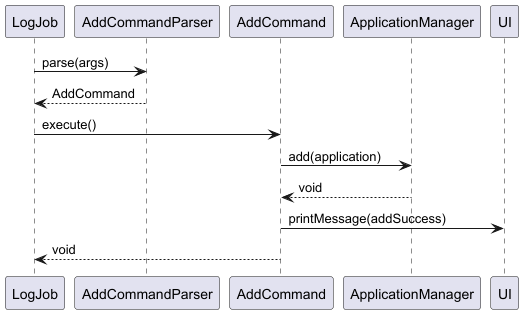
The PlantUML diagram docs/diagrams/sequence-diagrams/AddSequenceDiagram.png in irfandeen/tp, before a commit. Its diagram source:
```plantuml
@startuml

participant LogJob
participant AddCommandParser
participant AddCommand
participant ApplicationManager
participant UI

LogJob -> AddCommandParser: parse(args)
AddCommandParser --> LogJob: AddCommand
LogJob -> AddCommand: execute()
AddCommand -> ApplicationManager: add(application)
ApplicationManager --> AddCommand: void
AddCommand -> UI: printMessage(addSuccess)
AddCommand --> LogJob: void


@enduml
```
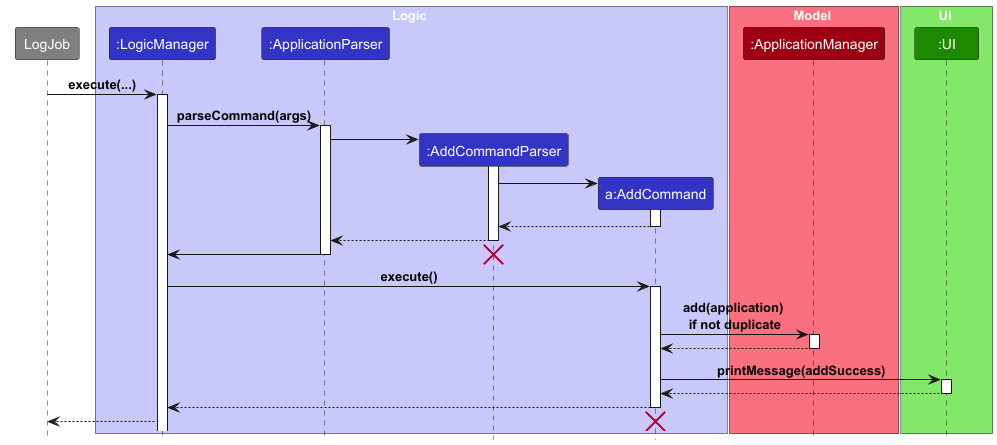
Later version of the same file.

Commit message:
update add sequence diagram

The edit, as a diff of the source:
```diff
@@ -1,18 +1,61 @@
 @startuml
 
-participant LogJob
-participant AddCommandParser
-participant AddCommand
-participant ApplicationManager
-participant UI
+!include ../../style.puml
 
-LogJob -> AddCommandParser: parse(args)
-AddCommandParser --> LogJob: AddCommand
-LogJob -> AddCommand: execute()
-AddCommand -> ApplicationManager: add(application)
-ApplicationManager --> AddCommand: void
-AddCommand -> UI: printMessage(addSuccess)
-AddCommand --> LogJob: void
+participant LogJob #grey
+
+box Logic LOGIC_COLOR_T1
+participant ":LogicManager" as LogicManager LOGIC_COLOR
+participant ":ApplicationParser" as ApplicationParser LOGIC_COLOR
+participant ":AddCommandParser" as AddCommandParser LOGIC_COLOR
+participant "a:AddCommand" as AddCommand LOGIC_COLOR
+end box
+
+box Model MODEL_COLOR_T1
+participant ":ApplicationManager" as ApplicationManager MODEL_COLOR
+end box
+
+box UI UI_COLOR_T1
+participant ":UI" as ui UI_COLOR
+end box
+
+LogJob -> LogicManager : execute(...)
+activate LogicManager
+
+LogicManager -> ApplicationParser: parseCommand(args)
+activate ApplicationParser
+
+create AddCommandParser
+ApplicationParser -> AddCommandParser
+activate AddCommandParser
+
+create AddCommand
+AddCommandParser -> AddCommand
+activate AddCommand
+AddCommand --> AddCommandParser
+deactivate
+
+AddCommandParser --> ApplicationParser
+deactivate AddCommandParser
+ApplicationParser -> LogicManager
+
+destroy AddCommandParser
+deactivate ApplicationParser
+
+LogicManager -> AddCommand: execute()
+activate AddCommand
+AddCommand -> ApplicationManager: add(application) \nif not duplicate
+activate ApplicationManager
+ApplicationManager --> AddCommand
+deactivate ApplicationManager
+AddCommand -> ui: printMessage(addSuccess)
+activate ui
+ui --> AddCommand
+deactivate ui
+AddCommand --> LogicManager
+deactivate AddCommand
+LogicManager --> LogJob
+destroy AddCommand
 
 
 @enduml
```
